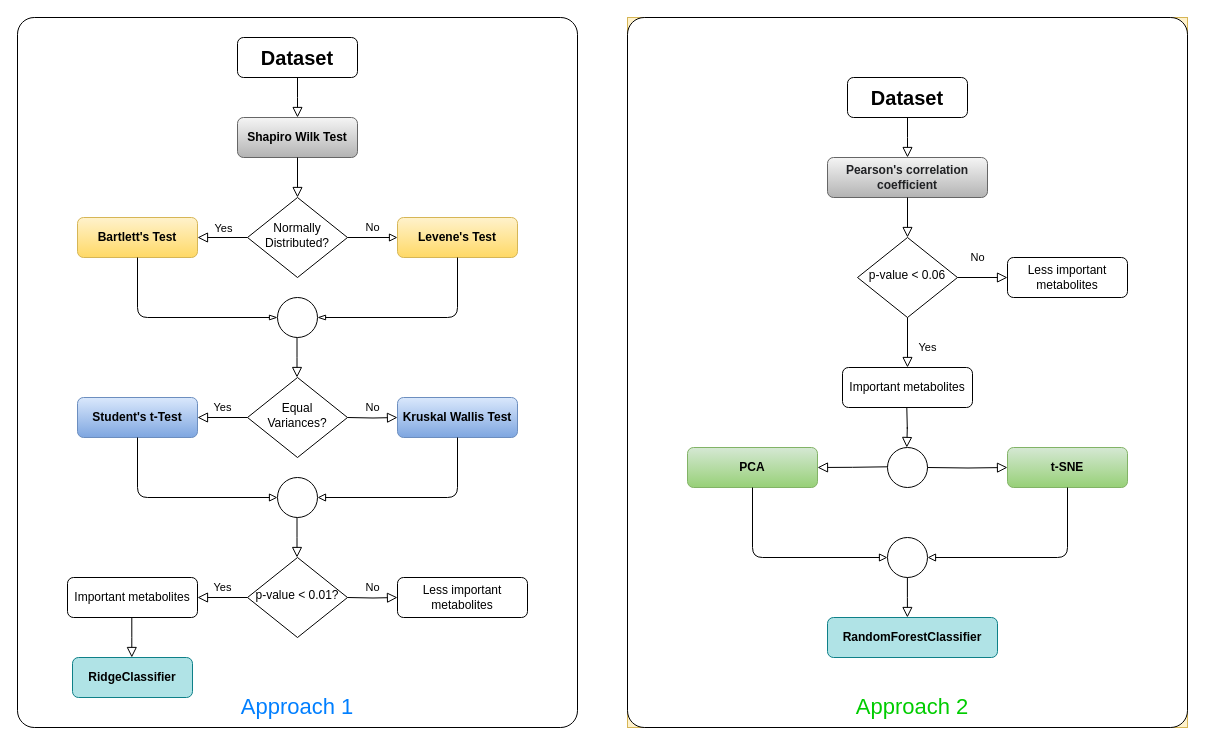
The draw.io diagram final and best approach/Untitled Diagram.drawio in utshabkg/lung_cancer_biomarker, before the edit. Source tidied: cells renumbered, new cells numbered last; positions are measured from the earlier drawing's top-left corner, leaving out a move shared by most shapes. Both pictures are drawn from the tidied source at 100%, with x=0, y=0 at pixel (17, 17).
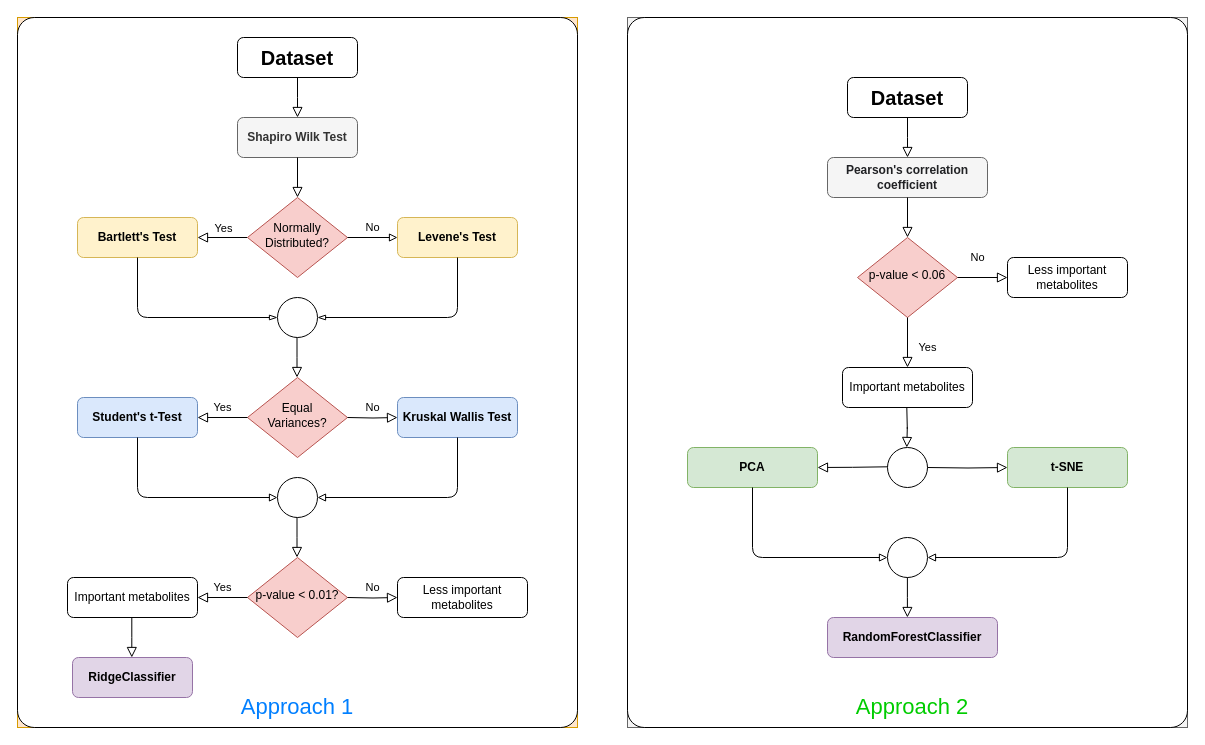
After the change.

Commit message:
removed color gradient

What changed in the source:
```diff
@@
-    <mxCell id="2" style="group;fillColor=#fff2cc;strokeColor=#d6b656;" parent="1" vertex="1">
+    <mxCell id="2" style="group;fillColor=#f5f5f5;strokeColor=#666666;fontColor=#333333;" parent="1" vertex="1">
       <mxGeometry x="610" width="560" height="710" as="geometry" />
     </mxCell>
@@
-    <mxCell id="4" value="&lt;b style=&quot;color: rgb(32 , 33 , 36) ; text-align: left&quot;&gt;&lt;font style=&quot;font-size: 12px&quot;&gt;Pearson's correlation coefficient&lt;/font&gt;&lt;/b&gt;" style="rounded=1;whiteSpace=wrap;html=1;fontSize=12;glass=0;strokeWidth=1;shadow=0;fillColor=#f5f5f5;strokeColor=#666666;gradientColor=#b3b3b3;" parent="2" vertex="1">
+    <mxCell id="4" value="&lt;b style=&quot;color: rgb(32 , 33 , 36) ; text-align: left&quot;&gt;&lt;font style=&quot;font-size: 12px&quot;&gt;Pearson's correlation coefficient&lt;/font&gt;&lt;/b&gt;" style="rounded=1;whiteSpace=wrap;html=1;fontSize=12;glass=0;strokeWidth=1;shadow=0;fillColor=#f5f5f5;strokeColor=#666666;fontColor=#333333;" parent="2" vertex="1">
       <mxGeometry x="200" y="140" width="160" height="40" as="geometry" />
     </mxCell>
-    <mxCell id="5" value="p-value &amp;lt; 0.06" style="rhombus;whiteSpace=wrap;html=1;shadow=0;fontFamily=Helvetica;fontSize=12;align=center;strokeWidth=1;spacing=6;spacingTop=-4;" parent="2" vertex="1">
+    <mxCell id="5" value="p-value &amp;lt; 0.06" style="rhombus;whiteSpace=wrap;html=1;shadow=0;fontFamily=Helvetica;fontSize=12;align=center;strokeWidth=1;spacing=6;spacingTop=-4;fillColor=#f8cecc;strokeColor=#b85450;" parent="2" vertex="1">
       <mxGeometry x="230" y="220" width="100" height="80" as="geometry" />
     </mxCell>
@@
-    <mxCell id="10" value="&lt;b&gt;PCA&lt;/b&gt;" style="rounded=1;whiteSpace=wrap;html=1;fontSize=12;glass=0;strokeWidth=1;shadow=0;fillColor=#d5e8d4;strokeColor=#82b366;gradientColor=#97d077;" parent="2" vertex="1">
+    <mxCell id="10" value="&lt;b&gt;PCA&lt;/b&gt;" style="rounded=1;whiteSpace=wrap;html=1;fontSize=12;glass=0;strokeWidth=1;shadow=0;fillColor=#d5e8d4;strokeColor=#82b366;" parent="2" vertex="1">
       <mxGeometry x="60" y="430" width="130" height="40" as="geometry" />
     </mxCell>
@@
-    <mxCell id="12" value="&lt;b&gt;RandomForestClassifier&lt;/b&gt;" style="rounded=1;whiteSpace=wrap;html=1;fontSize=12;glass=0;strokeWidth=1;shadow=0;fillColor=#b0e3e6;strokeColor=#0e8088;" parent="2" vertex="1">
+    <mxCell id="12" value="&lt;b&gt;RandomForestClassifier&lt;/b&gt;" style="rounded=1;whiteSpace=wrap;html=1;fontSize=12;glass=0;strokeWidth=1;shadow=0;fillColor=#e1d5e7;strokeColor=#9673a6;" parent="2" vertex="1">
       <mxGeometry x="200" y="600" width="170" height="40" as="geometry" />
     </mxCell>
@@
-    <mxCell id="16" value="&lt;b&gt;t-SNE&lt;/b&gt;" style="rounded=1;whiteSpace=wrap;html=1;fontSize=12;glass=0;strokeWidth=1;shadow=0;fillColor=#d5e8d4;strokeColor=#82b366;gradientColor=#97d077;" parent="2" vertex="1">
+    <mxCell id="16" value="&lt;b&gt;t-SNE&lt;/b&gt;" style="rounded=1;whiteSpace=wrap;html=1;fontSize=12;glass=0;strokeWidth=1;shadow=0;fillColor=#d5e8d4;strokeColor=#82b366;" parent="2" vertex="1">
       <mxGeometry x="380" y="430" width="120" height="40" as="geometry" />
     </mxCell>
@@
-    <mxCell id="25" style="group;" parent="1" vertex="1">
+    <mxCell id="25" style="group;fillColor=#ffe6cc;strokeColor=#d79b00;" parent="1" vertex="1">
       <mxGeometry width="560" height="710" as="geometry" />
     </mxCell>
@@
-    <mxCell id="27" value="&lt;b&gt;Shapiro Wilk Test&lt;/b&gt;" style="rounded=1;whiteSpace=wrap;html=1;fontSize=12;glass=0;strokeWidth=1;shadow=0;fillColor=#f5f5f5;strokeColor=#666666;gradientColor=#b3b3b3;" parent="25" vertex="1">
+    <mxCell id="27" value="&lt;b&gt;Shapiro Wilk Test&lt;/b&gt;" style="rounded=1;whiteSpace=wrap;html=1;fontSize=12;glass=0;strokeWidth=1;shadow=0;fillColor=#f5f5f5;strokeColor=#666666;fontColor=#333333;" parent="25" vertex="1">
       <mxGeometry x="220" y="100" width="120" height="40" as="geometry" />
     </mxCell>
@@
-    <mxCell id="29" value="Normally Distributed?" style="rhombus;whiteSpace=wrap;html=1;shadow=0;fontFamily=Helvetica;fontSize=12;align=center;strokeWidth=1;spacing=6;spacingTop=-4;" parent="25" vertex="1">
+    <mxCell id="29" value="Normally Distributed?" style="rhombus;whiteSpace=wrap;html=1;shadow=0;fontFamily=Helvetica;fontSize=12;align=center;strokeWidth=1;spacing=6;spacingTop=-4;fillColor=#f8cecc;strokeColor=#b85450;" parent="25" vertex="1">
       <mxGeometry x="230" y="180" width="100" height="80" as="geometry" />
     </mxCell>
@@
-    <mxCell id="31" value="&lt;b&gt;Levene's Test&lt;/b&gt;" style="rounded=1;whiteSpace=wrap;html=1;fontSize=12;glass=0;strokeWidth=1;shadow=0;fillColor=#fff2cc;strokeColor=#d6b656;gradientColor=#ffd966;" parent="25" vertex="1">
+    <mxCell id="31" value="&lt;b&gt;Levene's Test&lt;/b&gt;" style="rounded=1;whiteSpace=wrap;html=1;fontSize=12;glass=0;strokeWidth=1;shadow=0;fillColor=#fff2cc;strokeColor=#d6b656;" parent="25" vertex="1">
       <mxGeometry x="380" y="200" width="120" height="40" as="geometry" />
     </mxCell>
@@
-    <mxCell id="35" value="&lt;b&gt;Bartlett's Test&lt;/b&gt;" style="rounded=1;whiteSpace=wrap;html=1;fontSize=12;glass=0;strokeWidth=1;shadow=0;fillColor=#fff2cc;strokeColor=#d6b656;gradientColor=#ffd966;" parent="25" vertex="1">
+    <mxCell id="35" value="&lt;b&gt;Bartlett's Test&lt;/b&gt;" style="rounded=1;whiteSpace=wrap;html=1;fontSize=12;glass=0;strokeWidth=1;shadow=0;fillColor=#fff2cc;strokeColor=#d6b656;" parent="25" vertex="1">
       <mxGeometry x="60" y="200" width="120" height="40" as="geometry" />
     </mxCell>
-    <mxCell id="36" value="Equal Variances?" style="rhombus;whiteSpace=wrap;html=1;shadow=0;fontFamily=Helvetica;fontSize=12;align=center;strokeWidth=1;spacing=6;spacingTop=-4;" parent="25" vertex="1">
+    <mxCell id="36" value="Equal Variances?" style="rhombus;whiteSpace=wrap;html=1;shadow=0;fontFamily=Helvetica;fontSize=12;align=center;strokeWidth=1;spacing=6;spacingTop=-4;fillColor=#f8cecc;strokeColor=#b85450;" parent="25" vertex="1">
       <mxGeometry x="230" y="360" width="100" height="80" as="geometry" />
     </mxCell>
@@
-    <mxCell id="39" value="&lt;b&gt;Kruskal Wallis Test&lt;/b&gt;" style="rounded=1;whiteSpace=wrap;html=1;fontSize=12;glass=0;strokeWidth=1;shadow=0;fillColor=#dae8fc;strokeColor=#6c8ebf;gradientColor=#7ea6e0;" parent="25" vertex="1">
+    <mxCell id="39" value="&lt;b&gt;Kruskal Wallis Test&lt;/b&gt;" style="rounded=1;whiteSpace=wrap;html=1;fontSize=12;glass=0;strokeWidth=1;shadow=0;fillColor=#dae8fc;strokeColor=#6c8ebf;" parent="25" vertex="1">
       <mxGeometry x="380" y="380" width="120" height="40" as="geometry" />
     </mxCell>
-    <mxCell id="40" value="&lt;b&gt;Student's t-Test&lt;/b&gt;" style="rounded=1;whiteSpace=wrap;html=1;fontSize=12;glass=0;strokeWidth=1;shadow=0;fillColor=#dae8fc;strokeColor=#6c8ebf;gradientColor=#7ea6e0;" parent="25" vertex="1">
+    <mxCell id="40" value="&lt;b&gt;Student's t-Test&lt;/b&gt;" style="rounded=1;whiteSpace=wrap;html=1;fontSize=12;glass=0;strokeWidth=1;shadow=0;fillColor=#dae8fc;strokeColor=#6c8ebf;" parent="25" vertex="1">
       <mxGeometry x="60" y="380" width="120" height="40" as="geometry" />
     </mxCell>
@@
-    <mxCell id="49" value="p-value &amp;lt; 0.01?" style="rhombus;whiteSpace=wrap;html=1;shadow=0;fontFamily=Helvetica;fontSize=12;align=center;strokeWidth=1;spacing=6;spacingTop=-4;" parent="25" vertex="1">
+    <mxCell id="49" value="p-value &amp;lt; 0.01?" style="rhombus;whiteSpace=wrap;html=1;shadow=0;fontFamily=Helvetica;fontSize=12;align=center;strokeWidth=1;spacing=6;spacingTop=-4;fillColor=#f8cecc;strokeColor=#b85450;" parent="25" vertex="1">
       <mxGeometry x="230" y="540" width="100" height="80" as="geometry" />
     </mxCell>
@@
-    <mxCell id="55" value="&lt;b&gt;RidgeClassifier&lt;/b&gt;" style="rounded=1;whiteSpace=wrap;html=1;fontSize=12;glass=0;strokeWidth=1;shadow=0;fillColor=#b0e3e6;strokeColor=#0e8088;" parent="25" vertex="1">
+    <mxCell id="55" value="&lt;b&gt;RidgeClassifier&lt;/b&gt;" style="rounded=1;whiteSpace=wrap;html=1;fontSize=12;glass=0;strokeWidth=1;shadow=0;fillColor=#e1d5e7;strokeColor=#9673a6;" parent="25" vertex="1">
       <mxGeometry x="55" y="640" width="120" height="40" as="geometry" />
     </mxCell>
```
